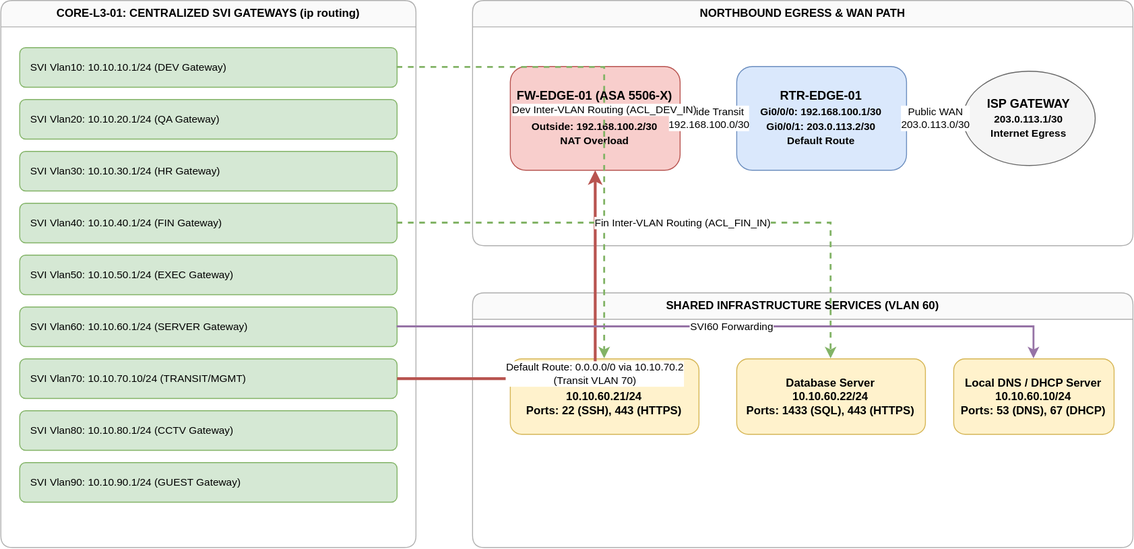
Earlier version of the draw.io export architecture/routing/l3_routing_flow.svg (dec2609/enterprise-network-infrastructure-blueprint). Source tidied: cells renumbered, new cells last; positions are measured from the earlier drawing's top-left corner, leaving out a move shared by most shapes.
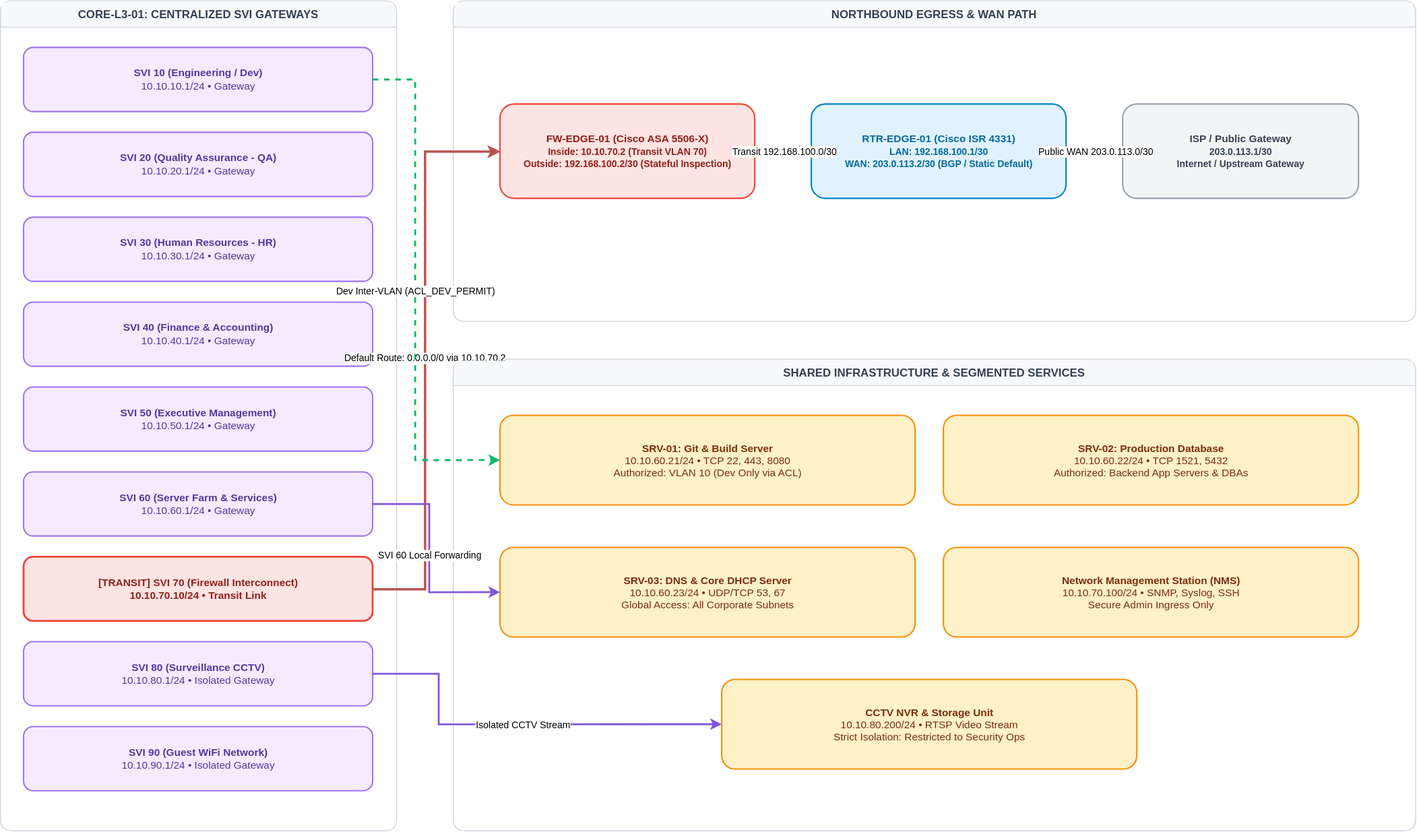
Above is the later version.

What changed in the source:
```diff
@@ -2,77 +2,112 @@
   <root>
     <mxCell id="0" />
     <mxCell id="1" parent="0" />
-    <mxCell id="2" value="CORE-L3-01: CENTRALIZED SVI GATEWAYS (ip routing)" style="swimlane;html=1;rounded=1;fillColor=#fafafa;strokeColor=#b0b0b0;fontStyle=1;startSize=28;" parent="1" vertex="1">
-      <mxGeometry width="440" height="580" as="geometry" />
+    <mxCell id="2" value="CORE-L3-01: CENTRALIZED SVI GATEWAYS" style="swimlane;html=1;rounded=1;fillColor=#F8F9FA;strokeColor=#D0D5DD;fontStyle=1;startSize=28;fontSize=12;fontColor=#344054;swimlaneFillColor=#FFFFFF;align=center;fontFamily=Arial, Helvetica, sans-serif;" parent="1" vertex="1">
+      <mxGeometry x="-20" y="-20" width="420" height="880" as="geometry" />
     </mxCell>
-    <mxCell id="3" value="NORTHBOUND EGRESS &amp; WAN PATH" style="swimlane;html=1;rounded=1;fillColor=#fafafa;strokeColor=#b0b0b0;fontStyle=1;startSize=28;" parent="1" vertex="1">
-      <mxGeometry x="500" width="700" height="260" as="geometry" />
-    </mxCell>
-    <mxCell id="4" value="SHARED INFRASTRUCTURE SERVICES (VLAN 60)" style="swimlane;html=1;rounded=1;fillColor=#fafafa;strokeColor=#b0b0b0;fontStyle=1;startSize=28;" parent="1" vertex="1">
-      <mxGeometry x="500" y="310" width="700" height="270" as="geometry" />
-    </mxCell>
-    <mxCell id="5" value="SVI Vlan10: 10.10.10.1/24 (DEV Gateway)" style="rounded=1;whiteSpace=wrap;html=1;fillColor=#d5e8d4;strokeColor=#82b366;fontSize=11;align=left;spacingLeft=10;" parent="1" vertex="1">
-      <mxGeometry x="20" y="50" width="400" height="42" as="geometry" />
+    <mxCell id="5" value="&lt;b&gt;SVI 10 (Engineering / Dev)&lt;/b&gt;&lt;br&gt;10.10.10.1/24 • Gateway" style="rounded=1;whiteSpace=wrap;html=1;fillColor=#F4EBFF;strokeColor=#9E77ED;fontSize=11;fontColor=#53389E;strokeWidth=1.5;align=center;verticalAlign=middle;fontFamily=Arial, Helvetica, sans-serif;" parent="2" vertex="1">
+      <mxGeometry x="25" y="50" width="370" height="68" as="geometry" />
     </mxCell>
-    <mxCell id="6" value="SVI Vlan20: 10.10.20.1/24 (QA Gateway)" style="rounded=1;whiteSpace=wrap;html=1;fillColor=#d5e8d4;strokeColor=#82b366;fontSize=11;align=left;spacingLeft=10;" parent="1" vertex="1">
-      <mxGeometry x="20" y="105" width="400" height="42" as="geometry" />
+    <mxCell id="6" value="&lt;b&gt;SVI 20 (Quality Assurance - QA)&lt;/b&gt;&lt;br&gt;10.10.20.1/24 • Gateway" style="rounded=1;whiteSpace=wrap;html=1;fillColor=#F4EBFF;strokeColor=#9E77ED;fontSize=11;fontColor=#53389E;strokeWidth=1.5;align=center;verticalAlign=middle;fontFamily=Arial, Helvetica, sans-serif;" parent="2" vertex="1">
+      <mxGeometry x="25" y="140" width="370" height="68" as="geometry" />
     </mxCell>
-    <mxCell id="7" value="SVI Vlan30: 10.10.30.1/24 (HR Gateway)" style="rounded=1;whiteSpace=wrap;html=1;fillColor=#d5e8d4;strokeColor=#82b366;fontSize=11;align=left;spacingLeft=10;" parent="1" vertex="1">
-      <mxGeometry x="20" y="160" width="400" height="42" as="geometry" />
+    <mxCell id="7" value="&lt;b&gt;SVI 30 (Human Resources - HR)&lt;/b&gt;&lt;br&gt;10.10.30.1/24 • Gateway" style="rounded=1;whiteSpace=wrap;html=1;fillColor=#F4EBFF;strokeColor=#9E77ED;fontSize=11;fontColor=#53389E;strokeWidth=1.5;align=center;verticalAlign=middle;fontFamily=Arial, Helvetica, sans-serif;" parent="2" vertex="1">
+      <mxGeometry x="25" y="230" width="370" height="68" as="geometry" />
     </mxCell>
-    <mxCell id="8" value="SVI Vlan40: 10.10.40.1/24 (FIN Gateway)" style="rounded=1;whiteSpace=wrap;html=1;fillColor=#d5e8d4;strokeColor=#82b366;fontSize=11;align=left;spacingLeft=10;" parent="1" vertex="1">
-      <mxGeometry x="20" y="215" width="400" height="42" as="geometry" />
+    <mxCell id="8" value="&lt;b&gt;SVI 40 (Finance &amp; Accounting)&lt;/b&gt;&lt;br&gt;10.10.40.1/24 • Gateway" style="rounded=1;whiteSpace=wrap;html=1;fillColor=#F4EBFF;strokeColor=#9E77ED;fontSize=11;fontColor=#53389E;strokeWidth=1.5;align=center;verticalAlign=middle;fontFamily=Arial, Helvetica, sans-serif;" parent="2" vertex="1">
+      <mxGeometry x="25" y="320" width="370" height="68" as="geometry" />
     </mxCell>
-    <mxCell id="9" value="SVI Vlan50: 10.10.50.1/24 (EXEC Gateway)" style="rounded=1;whiteSpace=wrap;html=1;fillColor=#d5e8d4;strokeColor=#82b366;fontSize=11;align=left;spacingLeft=10;" parent="1" vertex="1">
-      <mxGeometry x="20" y="270" width="400" height="42" as="geometry" />
+    <mxCell id="9" value="&lt;b&gt;SVI 50 (Executive Management)&lt;/b&gt;&lt;br&gt;10.10.50.1/24 • Gateway" style="rounded=1;whiteSpace=wrap;html=1;fillColor=#F4EBFF;strokeColor=#9E77ED;fontSize=11;fontColor=#53389E;strokeWidth=1.5;align=center;verticalAlign=middle;fontFamily=Arial, Helvetica, sans-serif;" parent="2" vertex="1">
+      <mxGeometry x="25" y="410" width="370" height="68" as="geometry" />
     </mxCell>
-    <mxCell id="10" value="SVI Vlan60: 10.10.60.1/24 (SERVER Gateway)" style="rounded=1;whiteSpace=wrap;html=1;fillColor=#d5e8d4;strokeColor=#82b366;fontSize=11;align=left;spacingLeft=10;" parent="1" vertex="1">
-      <mxGeometry x="20" y="325" width="400" height="42" as="geometry" />
+    <mxCell id="10" value="&lt;b&gt;SVI 60 (Server Farm &amp; Services)&lt;/b&gt;&lt;br&gt;10.10.60.1/24 • Gateway" style="rounded=1;whiteSpace=wrap;html=1;fillColor=#F4EBFF;strokeColor=#9E77ED;fontSize=11;fontColor=#53389E;strokeWidth=1.5;align=center;verticalAlign=middle;fontFamily=Arial, Helvetica, sans-serif;" parent="2" vertex="1">
+      <mxGeometry x="25" y="500" width="370" height="68" as="geometry" />
     </mxCell>
-    <mxCell id="11" value="SVI Vlan70: 10.10.70.10/24 (TRANSIT/MGMT)" style="rounded=1;whiteSpace=wrap;html=1;fillColor=#d5e8d4;strokeColor=#82b366;fontSize=11;align=left;spacingLeft=10;" parent="1" vertex="1">
-      <mxGeometry x="20" y="380" width="400" height="42" as="geometry" />
+    <mxCell id="11" value="&lt;b&gt;[TRANSIT] SVI 70 (Firewall Interconnect)&lt;/b&gt;&lt;br&gt;10.10.70.10/24 • Transit Link" style="rounded=1;whiteSpace=wrap;html=1;fillColor=#FEE4E2;strokeColor=#F04438;fontStyle=1;fontSize=11;fontColor=#912018;strokeWidth=2;align=center;verticalAlign=middle;fontFamily=Arial, Helvetica, sans-serif;" parent="2" vertex="1">
+      <mxGeometry x="25" y="590" width="370" height="68" as="geometry" />
     </mxCell>
-    <mxCell id="12" value="SVI Vlan80: 10.10.80.1/24 (CCTV Gateway)" style="rounded=1;whiteSpace=wrap;html=1;fillColor=#d5e8d4;strokeColor=#82b366;fontSize=11;align=left;spacingLeft=10;" parent="1" vertex="1">
-      <mxGeometry x="20" y="435" width="400" height="42" as="geometry" />
+    <mxCell id="12" value="&lt;b&gt;SVI 80 (Surveillance CCTV)&lt;/b&gt;&lt;br&gt;10.10.80.1/24 • Isolated Gateway" style="rounded=1;whiteSpace=wrap;html=1;fillColor=#F4EBFF;strokeColor=#9E77ED;fontSize=11;fontColor=#53389E;strokeWidth=1.5;align=center;verticalAlign=middle;fontFamily=Arial, Helvetica, sans-serif;" parent="2" vertex="1">
+      <mxGeometry x="25" y="680" width="370" height="68" as="geometry" />
     </mxCell>
-    <mxCell id="13" value="SVI Vlan90: 10.10.90.1/24 (GUEST Gateway)" style="rounded=1;whiteSpace=wrap;html=1;fillColor=#d5e8d4;strokeColor=#82b366;fontSize=11;align=left;spacingLeft=10;" parent="1" vertex="1">
-      <mxGeometry x="20" y="490" width="400" height="42" as="geometry" />
+    <mxCell id="13" value="&lt;b&gt;SVI 90 (Guest WiFi Network)&lt;/b&gt;&lt;br&gt;10.10.90.1/24 • Isolated Gateway" style="rounded=1;whiteSpace=wrap;html=1;fillColor=#F4EBFF;strokeColor=#9E77ED;fontSize=11;fontColor=#53389E;strokeWidth=1.5;align=center;verticalAlign=middle;fontFamily=Arial, Helvetica, sans-serif;" parent="2" vertex="1">
+      <mxGeometry x="25" y="770" width="370" height="68" as="geometry" />
     </mxCell>
+    <mxCell id="3" value="NORTHBOUND EGRESS &amp; WAN PATH" style="swimlane;html=1;rounded=1;fillColor=#F8F9FA;strokeColor=#D0D5DD;fontStyle=1;startSize=28;fontSize=12;fontColor=#344054;swimlaneFillColor=#FFFFFF;align=center;fontFamily=Arial, Helvetica, sans-serif;" parent="1" vertex="1">
+      <mxGeometry x="460" y="-20" width="1020" height="340" as="geometry" />
+    </mxCell>
-    <mxCell id="14" value="FW-EDGE-01 (ASA 5506-X)&lt;br&gt;&lt;font style='font-size:11px'&gt;Inside: 10.10.70.2&lt;br&gt;Outside: 192.168.100.2/30&lt;br&gt;NAT Overload&lt;/font&gt;" style="rounded=1;whiteSpace=wrap;html=1;fillColor=#f8cecc;strokeColor=#b85450;fontStyle=1;fontSize=13;" parent="1" vertex="1">
-      <mxGeometry x="540" y="70" width="180" height="110" as="geometry" />
+    <mxCell id="14" value="&lt;b&gt;FW-EDGE-01&lt;/b&gt; (Cisco ASA 5506-X)&lt;br&gt;&lt;font style='font-size:10px'&gt;Inside: 10.10.70.2 (Transit VLAN 70)&lt;br&gt;Outside: 192.168.100.2/30 (Stateful Inspection)&lt;/font&gt;" style="rounded=1;whiteSpace=wrap;html=1;fillColor=#FEE4E2;strokeColor=#F04438;fontStyle=1;fontSize=11;fontColor=#912018;strokeWidth=1.5;align=center;verticalAlign=middle;fontFamily=Arial, Helvetica, sans-serif;" parent="3" vertex="1">
+      <mxGeometry x="50" y="110" width="270" height="100" as="geometry" />
     </mxCell>
-    <mxCell id="15" value="RTR-EDGE-01&lt;br&gt;&lt;font style='font-size:11px'&gt;Gi0/0/0: 192.168.100.1/30&lt;br&gt;Gi0/0/1: 203.0.113.2/30&lt;br&gt;Default Route&lt;/font&gt;" style="rounded=1;whiteSpace=wrap;html=1;fillColor=#dae8fc;strokeColor=#6c8ebf;fontStyle=1;fontSize=13;" parent="1" vertex="1">
-      <mxGeometry x="780" y="70" width="180" height="110" as="geometry" />
+    <mxCell id="15" value="&lt;b&gt;RTR-EDGE-01&lt;/b&gt; (Cisco ISR 4331)&lt;br&gt;&lt;font style='font-size:10px'&gt;LAN: 192.168.100.1/30&lt;br&gt;WAN: 203.0.113.2/30 (BGP / Static Default)&lt;/font&gt;" style="rounded=1;whiteSpace=wrap;html=1;fillColor=#E0F2FE;strokeColor=#0284C7;fontStyle=1;fontSize=11;fontColor=#0369A1;strokeWidth=1.5;align=center;verticalAlign=middle;fontFamily=Arial, Helvetica, sans-serif;" parent="3" vertex="1">
+      <mxGeometry x="380" y="110" width="270" height="100" as="geometry" />
     </mxCell>
-    <mxCell id="16" value="ISP GATEWAY&lt;br&gt;&lt;font style='font-size:11px'&gt;203.0.113.1/30&lt;br&gt;Internet Egress&lt;/font&gt;" style="ellipse;whiteSpace=wrap;html=1;fillColor=#f5f5f5;strokeColor=#666666;fontStyle=1;fontSize=13;" parent="1" vertex="1">
-      <mxGeometry x="1020" y="75" width="140" height="100" as="geometry" />
+    <mxCell id="16" value="&lt;b&gt;ISP / Public Gateway&lt;/b&gt;&lt;br&gt;&lt;font style='font-size:10px'&gt;203.0.113.1/30&lt;br&gt;Internet / Upstream Gateway&lt;/font&gt;" style="rounded=1;whiteSpace=wrap;html=1;fillColor=#F3F4F6;strokeColor=#9CA3AF;fontStyle=1;fontSize=11;fontColor=#374151;strokeWidth=1.5;align=center;verticalAlign=middle;fontFamily=Arial, Helvetica, sans-serif;" parent="3" vertex="1">
+      <mxGeometry x="710" y="110" width="250" height="100" as="geometry" />
     </mxCell>
+    <mxCell id="4" value="SHARED INFRASTRUCTURE &amp; SEGMENTED SERVICES" style="swimlane;html=1;rounded=1;fillColor=#F8F9FA;strokeColor=#D0D5DD;fontStyle=1;startSize=28;fontSize=12;fontColor=#344054;swimlaneFillColor=#FFFFFF;align=center;fontFamily=Arial, Helvetica, sans-serif;" parent="1" vertex="1">
+      <mxGeometry x="460" y="360" width="1020" height="500" as="geometry" />
+    </mxCell>
-    <mxCell id="17" value="Git / CI-CD Server&lt;br&gt;10.10.60.21/24&lt;br&gt;Ports: 22 (SSH), 443 (HTTPS)" style="rounded=1;whiteSpace=wrap;html=1;fillColor=#fff2cc;strokeColor=#d6b656;fontStyle=1;fontSize=12;" parent="1" vertex="1">
-      <mxGeometry x="540" y="380" width="200" height="80" as="geometry" />
+    <mxCell id="17" value="&lt;b&gt;SRV-01: Git &amp; Build Server&lt;/b&gt;&lt;br&gt;10.10.60.21/24 • TCP 22, 443, 8080&lt;br&gt;Authorized: VLAN 10 (Dev Only via ACL)" style="rounded=1;whiteSpace=wrap;html=1;fillColor=#FEF0C7;strokeColor=#F79009;fontSize=11;fontColor=#7A2E0E;strokeWidth=1.5;align=center;verticalAlign=middle;fontFamily=Arial, Helvetica, sans-serif;" parent="4" vertex="1">
+      <mxGeometry x="50" y="60" width="440" height="95" as="geometry" />
     </mxCell>
-    <mxCell id="18" value="Database Server&lt;br&gt;10.10.60.22/24&lt;br&gt;Ports: 1433 (SQL), 443 (HTTPS)" style="rounded=1;whiteSpace=wrap;html=1;fillColor=#fff2cc;strokeColor=#d6b656;fontStyle=1;fontSize=12;" parent="1" vertex="1">
-      <mxGeometry x="780" y="380" width="200" height="80" as="geometry" />
+    <mxCell id="18" value="&lt;b&gt;SRV-02: Production Database&lt;/b&gt;&lt;br&gt;10.10.60.22/24 • TCP 1521, 5432&lt;br&gt;Authorized: Backend App Servers &amp; DBAs" style="rounded=1;whiteSpace=wrap;html=1;fillColor=#FEF0C7;strokeColor=#F79009;fontSize=11;fontColor=#7A2E0E;strokeWidth=1.5;align=center;verticalAlign=middle;fontFamily=Arial, Helvetica, sans-serif;" parent="4" vertex="1">
+      <mxGeometry x="520" y="60" width="440" height="95" as="geometry" />
     </mxCell>
-    <mxCell id="19" value="Local DNS / DHCP Server&lt;br&gt;10.10.60.10/24&lt;br&gt;Ports: 53 (DNS), 67 (DHCP)" style="rounded=1;whiteSpace=wrap;html=1;fillColor=#fff2cc;strokeColor=#d6b656;fontStyle=1;fontSize=12;" parent="1" vertex="1">
-      <mxGeometry x="1010" y="380" width="170" height="80" as="geometry" />
-    </mxCell>
+    <mxCell id="26" value="&lt;b&gt;SRV-03: DNS &amp; Core DHCP Server&lt;/b&gt;&lt;br&gt;10.10.60.23/24 • UDP/TCP 53, 67&lt;br&gt;Global Access: All Corporate Subnets" style="rounded=1;whiteSpace=wrap;html=1;fillColor=#FEF0C7;strokeColor=#F79009;fontSize=11;fontColor=#7A2E0E;strokeWidth=1.5;align=center;verticalAlign=middle;fontFamily=Arial, Helvetica, sans-serif;" parent="4" vertex="1">
+      <mxGeometry x="50" y="200" width="440" height="95" as="geometry" />
+    </mxCell>
+    <mxCell id="27" value="&lt;b&gt;Network Management Station (NMS)&lt;/b&gt;&lt;br&gt;10.10.70.100/24 • SNMP, Syslog, SSH&lt;br&gt;Secure Admin Ingress Only" style="rounded=1;whiteSpace=wrap;html=1;fillColor=#FEF0C7;strokeColor=#F79009;fontSize=11;fontColor=#7A2E0E;strokeWidth=1.5;align=center;verticalAlign=middle;fontFamily=Arial, Helvetica, sans-serif;" parent="4" vertex="1">
+      <mxGeometry x="520" y="200" width="440" height="95" as="geometry" />
+    </mxCell>
+    <mxCell id="28" value="&lt;b&gt;CCTV NVR &amp; Storage Unit&lt;/b&gt;&lt;br&gt;10.10.80.200/24 • RTSP Video Stream&lt;br&gt;Strict Isolation: Restricted to Security Ops" style="rounded=1;whiteSpace=wrap;html=1;fillColor=#FEF0C7;strokeColor=#F79009;fontSize=11;fontColor=#7A2E0E;strokeWidth=1.5;align=center;verticalAlign=middle;fontFamily=Arial, Helvetica, sans-serif;" parent="4" vertex="1">
+      <mxGeometry x="285" y="340" width="440" height="95" as="geometry" />
+    </mxCell>
-    <mxCell id="20" value="Default Route: 0.0.0.0/0 via 10.10.70.2&lt;br&gt;(Transit VLAN 70)" style="edgeStyle=orthogonalEdgeStyle;rounded=0;html=1;strokeWidth=3;strokeColor=#b85450;" parent="1" edge="1" source="11" target="14">
-      <mxGeometry relative="1" as="geometry" />
+    <mxCell id="20" value="Default Route: 0.0.0.0/0 via 10.10.70.2" style="edgeStyle=orthogonalEdgeStyle;rounded=0;jettySize=auto;html=1;fontSize=10;align=center;labelBackgroundColor=#FFFFFF;fontFamily=Arial, Helvetica, sans-serif;strokeColor=#B85450;strokeWidth=2.5;exitX=1.0;exitY=0.5;exitDx=0;exitDy=0;entryX=0.0;entryY=0.5;entryDx=0;entryDy=0;" parent="1" edge="1" source="11" target="14">
+      <mxGeometry relative="1" as="geometry">
+        <Array as="points">
+          <mxPoint x="430" y="604" />
+          <mxPoint x="430" y="140" />
+        </Array>
+      </mxGeometry>
     </mxCell>
-    <mxCell id="21" value="Outside Transit&lt;br&gt;192.168.100.0/30" style="edgeStyle=orthogonalEdgeStyle;rounded=0;html=1;strokeWidth=2;strokeColor=#b85450;" parent="1" edge="1" source="14" target="15">
+    <mxCell id="21" value="Transit 192.168.100.0/30" style="edgeStyle=orthogonalEdgeStyle;rounded=0;jettySize=auto;html=1;fontSize=10;align=center;labelBackgroundColor=#FFFFFF;fontFamily=Arial, Helvetica, sans-serif;strokeColor=#B85450;strokeWidth=2.5;exitX=1.0;exitY=0.5;exitDx=0;exitDy=0;entryX=0.0;entryY=0.5;entryDx=0;entryDy=0;" parent="1" edge="1" source="14" target="15">
       <mxGeometry relative="1" as="geometry" />
     </mxCell>
-    <mxCell id="22" value="Public WAN&lt;br&gt;203.0.113.0/30" style="edgeStyle=orthogonalEdgeStyle;rounded=0;html=1;strokeWidth=2;strokeColor=#6c8ebf;" parent="1" edge="1" source="15" target="16">
+    <mxCell id="22" value="Public WAN 203.0.113.0/30" style="edgeStyle=orthogonalEdgeStyle;rounded=0;jettySize=auto;html=1;fontSize=10;align=center;labelBackgroundColor=#FFFFFF;fontFamily=Arial, Helvetica, sans-serif;strokeColor=#0284C7;strokeWidth=2;exitX=1.0;exitY=0.5;exitDx=0;exitDy=0;entryX=0.0;entryY=0.5;entryDx=0;entryDy=0;" parent="1" edge="1" source="15" target="16">
       <mxGeometry relative="1" as="geometry" />
     </mxCell>
-    <mxCell id="23" value="Dev Inter-VLAN Routing (ACL_DEV_IN)" style="edgeStyle=orthogonalEdgeStyle;rounded=0;html=1;strokeWidth=2;strokeColor=#82b366;dashed=1;" parent="1" edge="1" source="5" target="17">
-      <mxGeometry relative="1" as="geometry" />
+    <mxCell id="23" value="Dev Inter-VLAN (ACL_DEV_PERMIT)" style="edgeStyle=orthogonalEdgeStyle;rounded=0;jettySize=auto;html=1;fontSize=10;align=center;labelBackgroundColor=#FFFFFF;fontFamily=Arial, Helvetica, sans-serif;strokeColor=#12B76A;strokeWidth=2;dashed=1;exitX=1.0;exitY=0.5;exitDx=0;exitDy=0;entryX=0.0;entryY=0.5;entryDx=0;entryDy=0;" parent="1" edge="1" source="5" target="17">
+      <mxGeometry relative="1" as="geometry">
+        <Array as="points">
+          <mxPoint x="420" y="64" />
+          <mxPoint x="420" y="467" />
+        </Array>
+      </mxGeometry>
     </mxCell>
-    <mxCell id="24" value="Fin Inter-VLAN Routing (ACL_FIN_IN)" style="edgeStyle=orthogonalEdgeStyle;rounded=0;html=1;strokeWidth=2;strokeColor=#82b366;dashed=1;" parent="1" edge="1" source="8" target="18">
-      <mxGeometry relative="1" as="geometry" />
-    </mxCell>
-    <mxCell id="25" value="SVI60 Forwarding" style="edgeStyle=orthogonalEdgeStyle;rounded=0;html=1;strokeWidth=2;strokeColor=#9673a6;" parent="1" edge="1" source="10" target="19">
-      <mxGeometry relative="1" as="geometry" />
-    </mxCell>
+    <mxCell id="29" value="SVI 60 Local Forwarding" style="edgeStyle=orthogonalEdgeStyle;rounded=0;jettySize=auto;html=1;fontSize=10;align=center;labelBackgroundColor=#FFFFFF;fontFamily=Arial, Helvetica, sans-serif;strokeColor=#7F56D9;strokeWidth=2;exitX=1.0;exitY=0.5;exitDx=0;exitDy=0;entryX=0.0;entryY=0.5;entryDx=0;entryDy=0;" parent="1" edge="1" source="10" target="26">
+      <mxGeometry relative="1" as="geometry">
+        <Array as="points">
+          <mxPoint x="435" y="514" />
+          <mxPoint x="435" y="607" />
+        </Array>
+      </mxGeometry>
+    </mxCell>
+    <mxCell id="30" value="Isolated CCTV Stream" style="edgeStyle=orthogonalEdgeStyle;rounded=0;jettySize=auto;html=1;fontSize=10;align=center;labelBackgroundColor=#FFFFFF;fontFamily=Arial, Helvetica, sans-serif;strokeColor=#7F56D9;strokeWidth=2;exitX=1.0;exitY=0.5;exitDx=0;exitDy=0;entryX=0.0;entryY=0.5;entryDx=0;entryDy=0;" parent="1" edge="1" source="12" target="28">
+      <mxGeometry relative="1" as="geometry">
+        <Array as="points">
+          <mxPoint x="445" y="694" />
+          <mxPoint x="445" y="747" />
+        </Array>
+      </mxGeometry>
+    </mxCell>
+    <mxCell id="31" value="CORE-L3-01: CENTRALIZED SVI GATEWAYS" style="rounded=1;whiteSpace=wrap;html=1;fillColor=#F8F9FA;strokeColor=none;fontStyle=1;fontSize=12;fontColor=#344054;align=center;verticalAlign=middle;fontFamily=Arial, Helvetica, sans-serif;" parent="1" vertex="1">
+      <mxGeometry x="-18" y="-18" width="416" height="26" as="geometry" />
+    </mxCell>
+    <mxCell id="32" value="NORTHBOUND EGRESS &amp; WAN PATH" style="rounded=1;whiteSpace=wrap;html=1;fillColor=#F8F9FA;strokeColor=none;fontStyle=1;fontSize=12;fontColor=#344054;align=center;verticalAlign=middle;fontFamily=Arial, Helvetica, sans-serif;" parent="1" vertex="1">
+      <mxGeometry x="462" y="-18" width="1016" height="26" as="geometry" />
+    </mxCell>
+    <mxCell id="33" value="SHARED INFRASTRUCTURE &amp; SEGMENTED SERVICES" style="rounded=1;whiteSpace=wrap;html=1;fillColor=#F8F9FA;strokeColor=none;fontStyle=1;fontSize=12;fontColor=#344054;align=center;verticalAlign=middle;fontFamily=Arial, Helvetica, sans-serif;" parent="1" vertex="1">
+      <mxGeometry x="462" y="362" width="1016" height="26" as="geometry" />
+    </mxCell>
   </root>
 </mxGraphModel>
```
